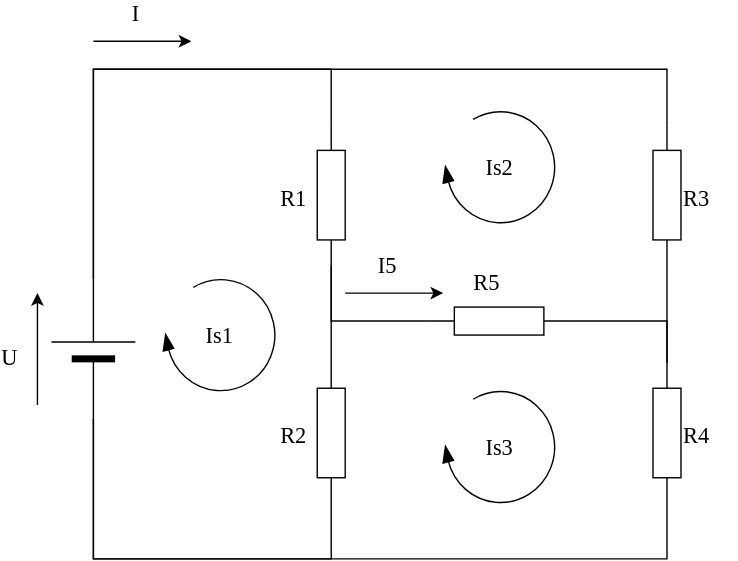
This is Untitled Diagram.drawio.svg from 54zhoujian/hello-C, a draw.io export, as it was before one commit. Source tidied: cells renumbered, new cells last; positions are measured from the earlier drawing's top-left corner, leaving out a move shared by most shapes.
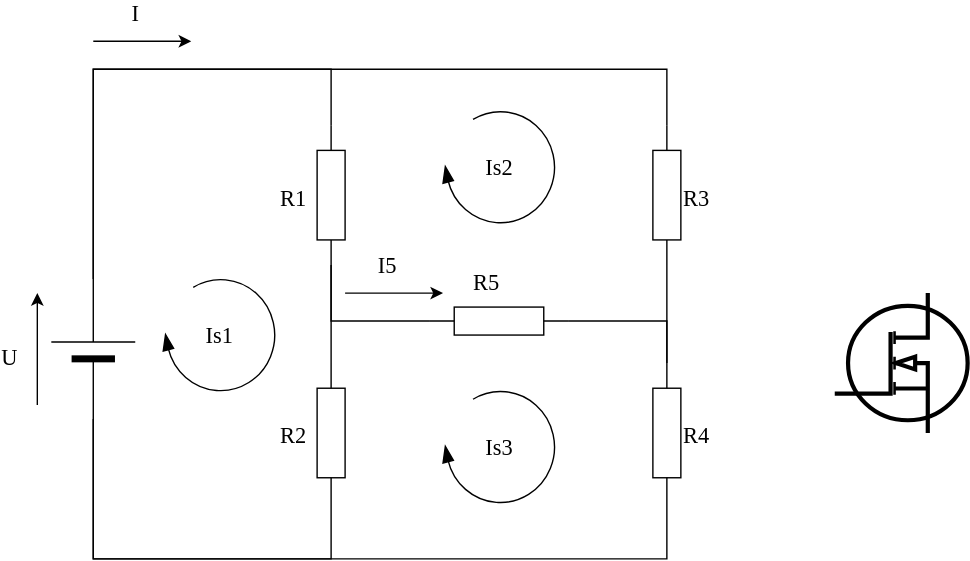
After the commit.

Diff of the diagram source:
```diff
@@ -108,5 +108,8 @@
     <mxCell id="26" value="Is3" style="verticalLabelPosition=middle;html=1;verticalAlign=middle;strokeWidth=1;shape=mxgraph.lean_mapping.physical_pull;rounded=1;shadow=0;comic=0;labelBackgroundColor=none;fillColor=#000000;fontFamily=Verdana;fontSize=16;align=center;flipH=1;labelPosition=center;" parent="1" vertex="1">
       <mxGeometry x="300" y="250" width="80" height="80" as="geometry" />
     </mxCell>
+    <mxCell id="27" style="verticalLabelPosition=bottom;shadow=0;dashed=0;align=center;html=1;verticalAlign=top;shape=mxgraph.electrical.mosfets1.mosfet_ic_n;strokeWidth=3;" parent="1" vertex="1">
+      <mxGeometry x="580" y="180" width="95" height="100" as="geometry" />
+    </mxCell>
   </root>
 </mxGraphModel>
```
